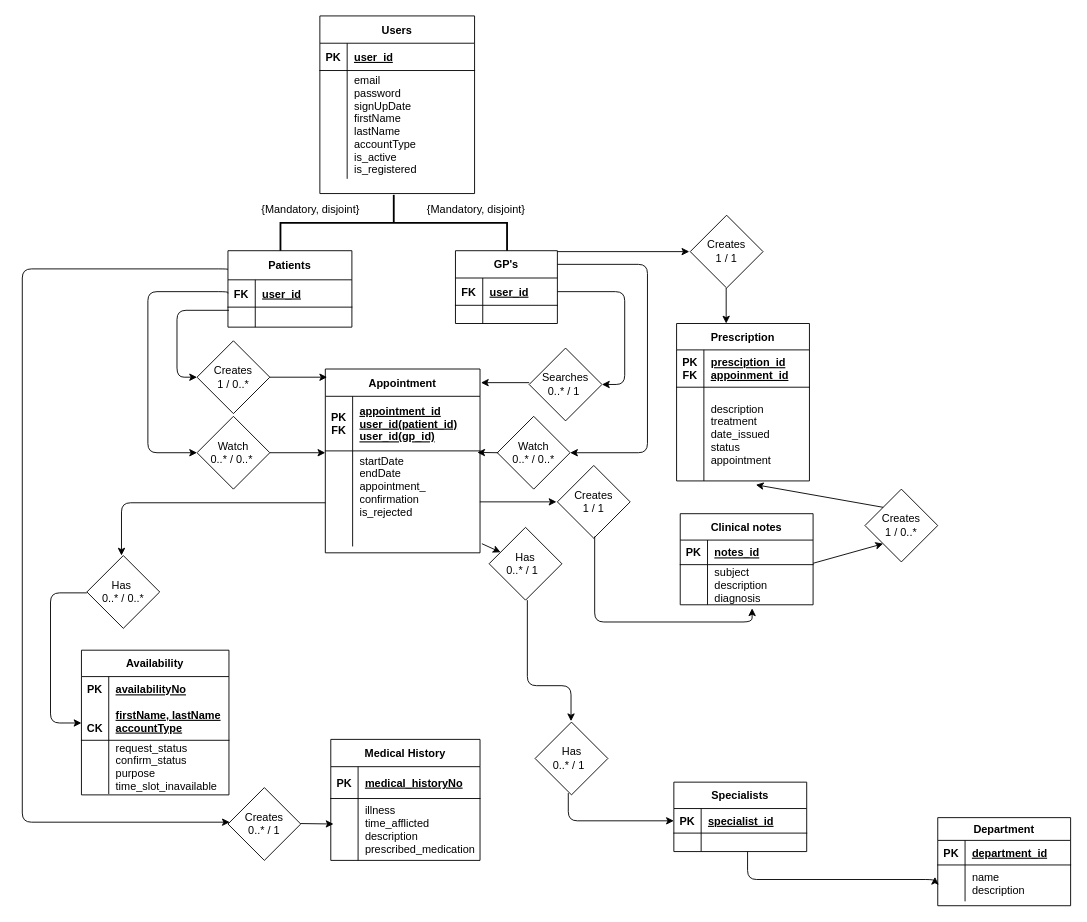
Above: project_planning/ehealthproject_ERD.drawio in shaundbs/programming-cw (draw.io), before the change. Source tidied: cells renumbered, new cells numbered last; positions are measured from the earlier drawing's top-left corner, leaving out a move shared by most shapes. Both pictures are drawn from the tidied source at 91%, with x=0, y=0 at pixel (22, 15).
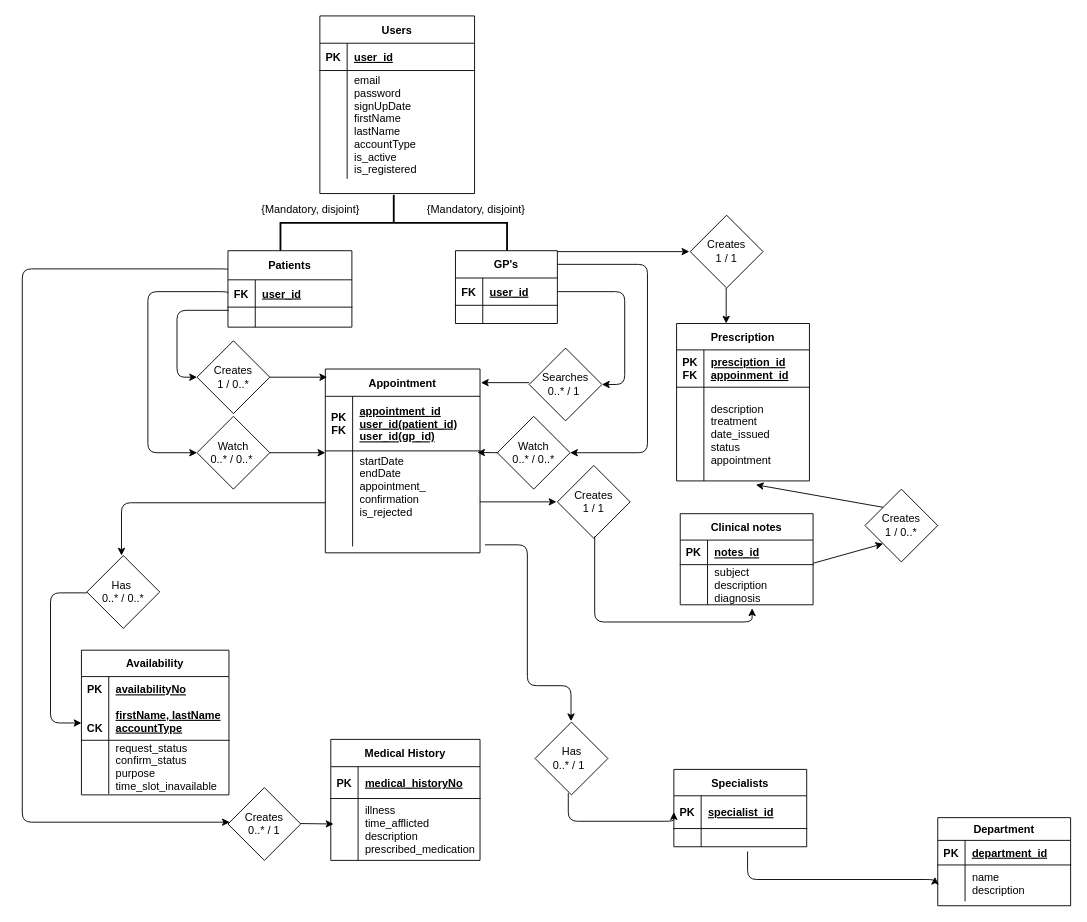
The same diagram, later.

The change refers to these unchanged cells:
```xml
<mxCell id="15" style="shape=partialRectangle;fillColor=none;points=[[0,0.5],[1,0.5]];portConstraint=eastwest;top=0;left=0;right=0;bottom=0;" parent="11" vertex="1">
  <mxGeometry y="90" width="170" height="105" as="geometry" />
</mxCell>
<mxCell id="25" value="Department" style="shape=table;startSize=25;childLayout=tableLayout;rowLines=0;fontStyle=1;align=center;" parent="1" vertex="1">
  <mxGeometry x="1006" y="881" width="146" height="96.8" as="geometry" />
</mxCell>
```

What changed in the source:
```diff
@@
-    <mxCell id="9" style="edgeStyle=orthogonalEdgeStyle;rounded=1;jettySize=auto;html=1;exitX=1;exitY=0.5;exitDx=0;exitDy=0;strokeColor=none;" parent="1" edge="1" source="10" target="25">
-      <mxGeometry relative="1" as="geometry" />
+    <mxCell id="9" style="edgeStyle=orthogonalEdgeStyle;rounded=1;jettySize=auto;html=1;exitX=1;exitY=0.5;exitDx=0;exitDy=0;strokeColor=none;" parent="1" edge="1" target="25">
+      <mxGeometry relative="1" as="geometry">
+        <mxPoint x="593" y="602" as="sourcePoint" />
+      </mxGeometry>
     </mxCell>
-    <mxCell id="10" value="Has&lt;br&gt;0..* / 1 &amp;nbsp;" style="rhombus;whiteSpace=wrap;html=1;" parent="1" vertex="1">
-      <mxGeometry x="513" y="562" width="80" height="80" as="geometry" />
-    </mxCell>
@@
-    <mxCell id="24" style="endArrow=classic;html=1;exitX=1.012;exitY=0.971;exitDx=0;exitDy=0;exitPerimeter=0;" parent="1" edge="1" source="15" target="10">
-      <mxGeometry relative="1" as="geometry" />
-    </mxCell>
@@
-    <mxCell id="100" style="edgeStyle=orthogonalEdgeStyle;rounded=1;orthogonalLoop=1;jettySize=auto;html=1;" parent="1" edge="1">
+    <mxCell id="100" style="edgeStyle=orthogonalEdgeStyle;rounded=1;jettySize=auto;html=1;exitX=1.032;exitY=0.983;exitDx=0;exitDy=0;exitPerimeter=0;" parent="1" edge="1" source="15">
       <mxGeometry relative="1" as="geometry">
-        <mxPoint x="555" y="642" as="sourcePoint" />
         <mxPoint x="603" y="775" as="targetPoint" />
         <Array as="points">
+          <mxPoint x="555" y="581" />
           <mxPoint x="555" y="736" />
           <mxPoint x="603" y="736" />
         </Array>
       </mxGeometry>
     </mxCell>
     <mxCell id="101" value="Specialists" style="shape=table;startSize=29;childLayout=tableLayout;rowLines=0;fontStyle=1;align=center;" parent="1" vertex="1">
-      <mxGeometry x="716" y="842" width="146" height="76.3" as="geometry" />
+      <mxGeometry x="716" y="828" width="146" height="85" as="geometry" />
     </mxCell>
     <mxCell id="102" style="shape=partialRectangle;fillColor=none;top=0;left=0;bottom=1;right=0;points=[[0,0.5],[1,0.5]];portConstraint=eastwest;" parent="101" vertex="1">
-      <mxGeometry y="29" width="146" height="27" as="geometry" />
+      <mxGeometry y="29" width="146" height="36" as="geometry" />
     </mxCell>
     <mxCell id="103" value="PK" style="shape=partialRectangle;fillColor=none;top=0;left=0;bottom=0;right=0;fontStyle=1;overflow=hidden;" parent="102" vertex="1">
-      <mxGeometry width="30" height="27" as="geometry" />
+      <mxGeometry width="30" height="36" as="geometry" />
     </mxCell>
     <mxCell id="104" value="specialist_id" style="shape=partialRectangle;fillColor=none;top=0;left=0;bottom=0;right=0;align=left;spacingLeft=6;fontStyle=5;overflow=hidden;" parent="102" vertex="1">
-      <mxGeometry x="30" width="116" height="27" as="geometry" />
+      <mxGeometry x="30" width="116" height="36" as="geometry" />
     </mxCell>
     <mxCell id="105" style="shape=partialRectangle;fillColor=none;top=0;left=0;bottom=0;right=0;" parent="101" vertex="1">
-      <mxGeometry y="56" width="146" height="20" as="geometry" />
+      <mxGeometry y="65" width="146" height="20" as="geometry" />
     </mxCell>
```
